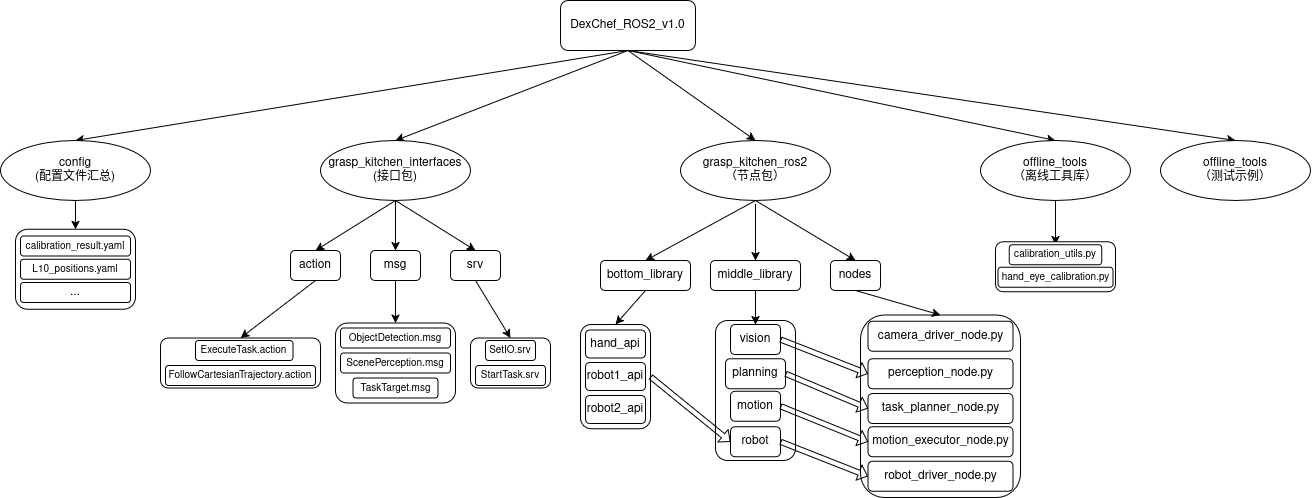
Before: DexChef.png, a diagram exported from draw.io (kim-os/dexchef_ros2). Source tidied: cells renumbered, new cells last; positions are measured from the earlier drawing's top-left corner, leaving out a move shared by most shapes.
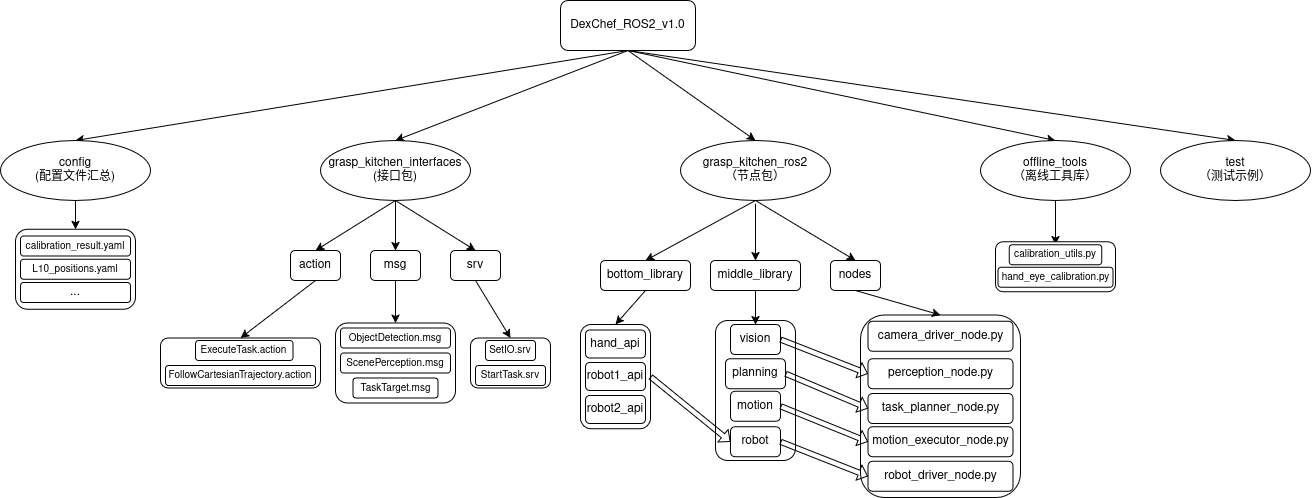
After the commit.

Diff of the diagram source:
```diff
@@ -107,7 +107,7 @@
     <mxCell id="36" style="rounded=0;jettySize=auto;html=1;exitX=0.5;exitY=1;exitDx=0;exitDy=0;entryX=0.5;entryY=0;entryDx=0;entryDy=0;" parent="1" edge="1" source="9" target="37">
       <mxGeometry relative="1" as="geometry" />
     </mxCell>
-    <mxCell id="37" value="&lt;div&gt;offline_tools&lt;/div&gt;（测试示例）" style="ellipse;whiteSpace=wrap;html=1;" parent="1" vertex="1">
+    <mxCell id="37" value="&lt;div&gt;test&lt;/div&gt;（测试示例）" style="ellipse;whiteSpace=wrap;html=1;" parent="1" vertex="1">
       <mxGeometry x="1160" y="140" width="150" height="60" as="geometry" />
     </mxCell>
     <mxCell id="38" value="vision" style="rounded=1;whiteSpace=wrap;html=1;" parent="1" vertex="1">
```
